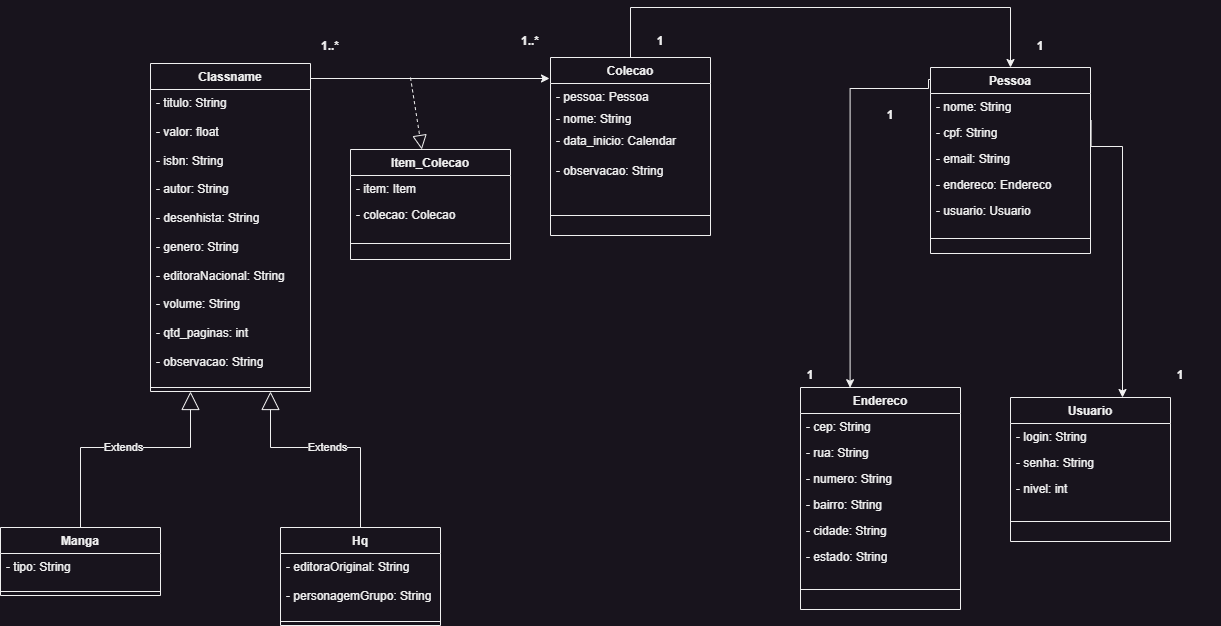
The draw.io diagram Docs/Diagrama de classe.drawio.png in DougFO/CatalogandoColecoes, before a commit. Source tidied: cells renumbered, new cells last; positions are measured from the earlier drawing's top-left corner, leaving out a move shared by most shapes. Its diagram source:
```xml
<mxGraphModel>
  <root>
    <mxCell id="0" />
    <mxCell id="1" parent="0" />
    <mxCell id="2" style="edgeStyle=orthogonalEdgeStyle;rounded=0;orthogonalLoop=1;jettySize=auto;html=1;" parent="1" edge="1">
      <mxGeometry relative="1" as="geometry">
        <mxPoint x="310" y="71" as="sourcePoint" />
        <mxPoint x="549" y="71" as="targetPoint" />
        <Array as="points">
          <mxPoint x="549" y="71" />
          <mxPoint x="549" y="71" />
        </Array>
      </mxGeometry>
    </mxCell>
    <mxCell id="3" value="Pessoa" style="swimlane;fontStyle=1;align=center;verticalAlign=top;horizontal=1;startSize=26;" parent="1" vertex="1">
      <mxGeometry x="930" y="60" width="160" height="186" as="geometry" />
    </mxCell>
    <mxCell id="4" value="- nome: String" style="text;strokeColor=none;fillColor=none;align=left;verticalAlign=top;spacingLeft=4;spacingRight=4;overflow=hidden;" parent="3" vertex="1">
      <mxGeometry y="26" width="160" height="26" as="geometry" />
    </mxCell>
    <mxCell id="5" value="- cpf: String" style="text;strokeColor=none;fillColor=none;align=left;verticalAlign=top;spacingLeft=4;spacingRight=4;overflow=hidden;points=[[0,0.5],[1,0.5]];portConstraint=eastwest;" parent="3" vertex="1">
      <mxGeometry y="52" width="160" height="26" as="geometry" />
    </mxCell>
    <mxCell id="6" value="- email: String" style="text;strokeColor=none;fillColor=none;align=left;verticalAlign=top;spacingLeft=4;spacingRight=4;overflow=hidden;" parent="3" vertex="1">
      <mxGeometry y="78" width="160" height="26" as="geometry" />
    </mxCell>
    <mxCell id="7" value="- endereco: Endereco" style="text;strokeColor=none;fillColor=none;align=left;verticalAlign=top;spacingLeft=4;spacingRight=4;overflow=hidden;" parent="3" vertex="1">
      <mxGeometry y="104" width="160" height="26" as="geometry" />
    </mxCell>
    <mxCell id="8" value="- usuario: Usuario" style="text;strokeColor=none;fillColor=none;align=left;verticalAlign=top;spacingLeft=4;spacingRight=4;overflow=hidden;" parent="3" vertex="1">
      <mxGeometry y="130" width="160" height="26" as="geometry" />
    </mxCell>
    <mxCell id="9" style="line;strokeWidth=1;fillColor=none;align=left;verticalAlign=middle;spacingTop=-1;spacingLeft=3;spacingRight=3;labelPosition=right;" parent="3" vertex="1">
      <mxGeometry y="156" width="160" height="30" as="geometry" />
    </mxCell>
    <mxCell id="10" value="Usuario" style="swimlane;fontStyle=1;align=center;verticalAlign=top;horizontal=1;startSize=26;" parent="1" vertex="1">
      <mxGeometry x="1010" y="390" width="160" height="144" as="geometry" />
    </mxCell>
    <mxCell id="11" value="- login: String" style="text;strokeColor=none;fillColor=none;align=left;verticalAlign=top;spacingLeft=4;spacingRight=4;overflow=hidden;" parent="10" vertex="1">
      <mxGeometry y="26" width="160" height="26" as="geometry" />
    </mxCell>
    <mxCell id="12" value="- senha: String" style="text;strokeColor=none;fillColor=none;align=left;verticalAlign=top;spacingLeft=4;spacingRight=4;overflow=hidden;" parent="10" vertex="1">
      <mxGeometry y="52" width="160" height="26" as="geometry" />
    </mxCell>
    <mxCell id="13" value="- nivel: int" style="text;strokeColor=none;fillColor=none;align=left;verticalAlign=top;spacingLeft=4;spacingRight=4;overflow=hidden;" parent="10" vertex="1">
      <mxGeometry y="78" width="160" height="26" as="geometry" />
    </mxCell>
    <mxCell id="14" style="line;strokeWidth=1;fillColor=none;align=left;verticalAlign=middle;spacingTop=-1;spacingLeft=3;spacingRight=3;labelPosition=right;" parent="10" vertex="1">
      <mxGeometry y="104" width="160" height="40" as="geometry" />
    </mxCell>
    <mxCell id="15" value="Endereco" style="swimlane;fontStyle=1;align=center;verticalAlign=top;horizontal=1;startSize=26;" parent="1" vertex="1">
      <mxGeometry x="800" y="380" width="160" height="222" as="geometry" />
    </mxCell>
    <mxCell id="16" value="- cep: String" style="text;strokeColor=none;fillColor=none;align=left;verticalAlign=top;spacingLeft=4;spacingRight=4;overflow=hidden;" parent="15" vertex="1">
      <mxGeometry y="26" width="160" height="26" as="geometry" />
    </mxCell>
    <mxCell id="17" value="- rua: String" style="text;strokeColor=none;fillColor=none;align=left;verticalAlign=top;spacingLeft=4;spacingRight=4;overflow=hidden;" parent="15" vertex="1">
      <mxGeometry y="52" width="160" height="26" as="geometry" />
    </mxCell>
    <mxCell id="18" value="- numero: String" style="text;strokeColor=none;fillColor=none;align=left;verticalAlign=top;spacingLeft=4;spacingRight=4;overflow=hidden;" parent="15" vertex="1">
      <mxGeometry y="78" width="160" height="26" as="geometry" />
    </mxCell>
    <mxCell id="19" value="- bairro: String" style="text;strokeColor=none;fillColor=none;align=left;verticalAlign=top;spacingLeft=4;spacingRight=4;overflow=hidden;" parent="15" vertex="1">
      <mxGeometry y="104" width="160" height="26" as="geometry" />
    </mxCell>
    <mxCell id="20" value="- cidade: String" style="text;strokeColor=none;fillColor=none;align=left;verticalAlign=top;spacingLeft=4;spacingRight=4;overflow=hidden;" parent="15" vertex="1">
      <mxGeometry y="130" width="160" height="26" as="geometry" />
    </mxCell>
    <mxCell id="21" value="- estado: String" style="text;strokeColor=none;fillColor=none;align=left;verticalAlign=top;spacingLeft=4;spacingRight=4;overflow=hidden;" parent="15" vertex="1">
      <mxGeometry y="156" width="160" height="26" as="geometry" />
    </mxCell>
    <mxCell id="22" style="line;strokeWidth=1;fillColor=none;align=left;verticalAlign=middle;spacingTop=-1;spacingLeft=3;spacingRight=3;labelPosition=right;" parent="15" vertex="1">
      <mxGeometry y="182" width="160" height="40" as="geometry" />
    </mxCell>
    <mxCell id="23" style="edgeStyle=orthogonalEdgeStyle;rounded=0;jettySize=auto;html=1;entryX=0.31;entryY=0.001;entryDx=0;entryDy=0;entryPerimeter=0;" parent="1" edge="1" target="15">
      <mxGeometry relative="1" as="geometry">
        <mxPoint x="930" y="72" as="sourcePoint" />
        <Array as="points">
          <mxPoint x="928" y="81" />
          <mxPoint x="850" y="81" />
        </Array>
      </mxGeometry>
    </mxCell>
    <mxCell id="24" style="line;strokeWidth=1;fillColor=none;align=left;verticalAlign=middle;spacingTop=-1;spacingLeft=3;spacingRight=3;labelPosition=right;" parent="1" vertex="1">
      <mxGeometry x="850" y="300" height="8" as="geometry" />
    </mxCell>
    <mxCell id="25" style="edgeStyle=orthogonalEdgeStyle;rounded=0;jettySize=auto;html=1;entryX=0.7;entryY=0;entryDx=0;entryDy=0;entryPerimeter=0;exitX=1.004;exitY=0.025;exitDx=0;exitDy=0;exitPerimeter=0;" parent="1" edge="1" source="5" target="10">
      <mxGeometry relative="1" as="geometry">
        <Array as="points">
          <mxPoint x="1122" y="139" />
        </Array>
      </mxGeometry>
    </mxCell>
    <mxCell id="26" style="edgeStyle=orthogonalEdgeStyle;rounded=0;jettySize=auto;html=1;entryX=0.5;entryY=0;entryDx=0;entryDy=0;" parent="1" edge="1" source="27" target="3">
      <mxGeometry relative="1" as="geometry">
        <Array as="points">
          <mxPoint x="630" />
          <mxPoint x="1010" />
        </Array>
      </mxGeometry>
    </mxCell>
    <mxCell id="27" value="Colecao" style="swimlane;fontStyle=1;align=center;verticalAlign=top;horizontal=1;startSize=26;" parent="1" vertex="1">
      <mxGeometry x="550" y="50" width="160" height="178" as="geometry" />
    </mxCell>
    <mxCell id="28" value="- pessoa: Pessoa" style="text;strokeColor=none;fillColor=none;align=left;verticalAlign=top;spacingLeft=4;spacingRight=4;overflow=hidden;" parent="27" vertex="1">
      <mxGeometry y="26" width="160" height="22" as="geometry" />
    </mxCell>
    <mxCell id="29" value="- nome: String" style="text;align=left;verticalAlign=top;spacingLeft=4;spacingRight=4;overflow=hidden;" parent="27" vertex="1">
      <mxGeometry y="48" width="160" height="22" as="geometry" />
    </mxCell>
    <mxCell id="30" value="- data_inicio: Calendar" style="text;strokeColor=none;fillColor=none;align=left;verticalAlign=top;spacingLeft=4;spacingRight=4;overflow=hidden;" parent="27" vertex="1">
      <mxGeometry y="70" width="160" height="30" as="geometry" />
    </mxCell>
    <mxCell id="31" value="- observacao: String&#10;&#10;" style="text;strokeColor=none;fillColor=none;align=left;verticalAlign=top;spacingLeft=4;spacingRight=4;overflow=hidden;" parent="27" vertex="1">
      <mxGeometry y="100" width="160" height="38" as="geometry" />
    </mxCell>
    <mxCell id="32" style="line;strokeWidth=1;align=left;verticalAlign=middle;spacingTop=-1;spacingLeft=3;spacingRight=3;labelPosition=right;fillColor=default;" parent="27" vertex="1">
      <mxGeometry y="138" width="160" height="40" as="geometry" />
    </mxCell>
    <mxCell id="33" style="endArrow=block;dashed=1;endFill=0;endSize=12;html=1;" parent="1" edge="1" target="34">
      <mxGeometry relative="1" as="geometry">
        <mxPoint x="410" y="70" as="sourcePoint" />
      </mxGeometry>
    </mxCell>
    <mxCell id="34" value="Item_Colecao" style="swimlane;fontStyle=1;align=center;verticalAlign=top;horizontal=1;startSize=26;" parent="1" vertex="1">
      <mxGeometry x="350" y="142" width="160" height="110" as="geometry" />
    </mxCell>
    <mxCell id="35" value="- item: Item" style="text;strokeColor=none;fillColor=none;align=left;verticalAlign=top;spacingLeft=4;spacingRight=4;overflow=hidden;" parent="34" vertex="1">
      <mxGeometry y="26" width="160" height="26" as="geometry" />
    </mxCell>
    <mxCell id="36" value="- colecao: Colecao" style="text;strokeColor=none;fillColor=none;align=left;verticalAlign=top;spacingLeft=4;spacingRight=4;overflow=hidden;" parent="34" vertex="1">
      <mxGeometry y="52" width="160" height="26" as="geometry" />
    </mxCell>
    <mxCell id="37" style="line;strokeWidth=1;fillColor=none;align=left;verticalAlign=middle;spacingTop=-1;spacingLeft=3;spacingRight=3;labelPosition=right;" parent="34" vertex="1">
      <mxGeometry y="78" width="160" height="32" as="geometry" />
    </mxCell>
    <mxCell id="38" value="1..*" style="text;align=center;fontStyle=1;verticalAlign=middle;spacingLeft=3;spacingRight=3;strokeColor=none;" parent="1" vertex="1">
      <mxGeometry x="490" y="20" width="80" height="26" as="geometry" />
    </mxCell>
    <mxCell id="39" value="1..*" style="text;align=center;fontStyle=1;verticalAlign=middle;spacingLeft=3;spacingRight=3;strokeColor=none;" parent="1" vertex="1">
      <mxGeometry x="290" y="25" width="80" height="26" as="geometry" />
    </mxCell>
    <mxCell id="40" value="1" style="text;align=center;fontStyle=1;verticalAlign=middle;spacingLeft=3;spacingRight=3;strokeColor=none;" parent="1" vertex="1">
      <mxGeometry x="1140" y="354" width="80" height="26" as="geometry" />
    </mxCell>
    <mxCell id="41" value="1" style="text;align=center;fontStyle=1;verticalAlign=middle;spacingLeft=3;spacingRight=3;strokeColor=none;" parent="1" vertex="1">
      <mxGeometry x="770" y="354" width="80" height="26" as="geometry" />
    </mxCell>
    <mxCell id="42" value="1" style="text;align=center;fontStyle=1;verticalAlign=middle;spacingLeft=3;spacingRight=3;strokeColor=none;" parent="1" vertex="1">
      <mxGeometry x="850" y="94" width="80" height="26" as="geometry" />
    </mxCell>
    <mxCell id="43" value="1" style="text;align=center;fontStyle=1;verticalAlign=middle;spacingLeft=3;spacingRight=3;strokeColor=none;" parent="1" vertex="1">
      <mxGeometry x="1000" y="25" width="80" height="26" as="geometry" />
    </mxCell>
    <mxCell id="44" value="1" style="text;align=center;fontStyle=1;verticalAlign=middle;spacingLeft=3;spacingRight=3;strokeColor=none;" parent="1" vertex="1">
      <mxGeometry x="620" y="20" width="80" height="26" as="geometry" />
    </mxCell>
    <mxCell id="45" value="Classname" style="swimlane;fontStyle=1;align=center;verticalAlign=top;horizontal=1;startSize=26;whiteSpace=wrap;html=1;" parent="1" vertex="1">
      <mxGeometry x="150" y="56" width="160" height="328" as="geometry" />
    </mxCell>
    <mxCell id="46" value="- titulo: String&lt;br&gt;&lt;br&gt;- valor: float&lt;br&gt;&lt;br&gt;- isbn: String&lt;br&gt;&lt;br&gt;- autor: String&lt;br&gt;&lt;br&gt;- desenhista: String&lt;br&gt;&lt;br&gt;- genero: String&lt;br&gt;&lt;br&gt;- editoraNacional: String&lt;br&gt;&lt;br&gt;- volume: String&lt;br&gt;&lt;br&gt;- qtd_paginas: int&lt;br&gt;&lt;br&gt;- observacao: String" style="text;strokeColor=none;fillColor=none;align=left;verticalAlign=top;spacingLeft=4;spacingRight=4;overflow=hidden;whiteSpace=wrap;html=1;" parent="45" vertex="1">
      <mxGeometry y="26" width="160" height="294" as="geometry" />
    </mxCell>
    <mxCell id="47" style="line;strokeWidth=1;fillColor=none;align=left;verticalAlign=middle;spacingTop=-1;spacingLeft=3;spacingRight=3;labelPosition=right;strokeColor=inherit;" parent="45" vertex="1">
      <mxGeometry y="320" width="160" height="8" as="geometry" />
    </mxCell>
    <mxCell id="48" value="Manga" style="swimlane;fontStyle=1;align=center;verticalAlign=top;horizontal=1;startSize=26;whiteSpace=wrap;html=1;" parent="1" vertex="1">
      <mxGeometry y="520" width="160" height="68" as="geometry" />
    </mxCell>
    <mxCell id="49" value="- tipo: String" style="text;strokeColor=none;fillColor=none;align=left;verticalAlign=top;spacingLeft=4;spacingRight=4;overflow=hidden;whiteSpace=wrap;html=1;" parent="48" vertex="1">
      <mxGeometry y="26" width="160" height="34" as="geometry" />
    </mxCell>
    <mxCell id="50" style="line;strokeWidth=1;fillColor=none;align=left;verticalAlign=middle;spacingTop=-1;spacingLeft=3;spacingRight=3;labelPosition=right;strokeColor=inherit;" parent="48" vertex="1">
      <mxGeometry y="60" width="160" height="8" as="geometry" />
    </mxCell>
    <mxCell id="51" value="Hq" style="swimlane;fontStyle=1;align=center;verticalAlign=top;horizontal=1;startSize=26;whiteSpace=wrap;html=1;" parent="1" vertex="1">
      <mxGeometry x="280" y="520" width="160" height="98" as="geometry" />
    </mxCell>
    <mxCell id="52" value="- editoraOriginal: String&lt;br&gt;&lt;br&gt;- personagemGrupo: String" style="text;strokeColor=none;fillColor=none;align=left;verticalAlign=top;spacingLeft=4;spacingRight=4;overflow=hidden;whiteSpace=wrap;html=1;" parent="51" vertex="1">
      <mxGeometry y="26" width="160" height="64" as="geometry" />
    </mxCell>
    <mxCell id="53" style="line;strokeWidth=1;fillColor=none;align=left;verticalAlign=middle;spacingTop=-1;spacingLeft=3;spacingRight=3;labelPosition=right;strokeColor=inherit;" parent="51" vertex="1">
      <mxGeometry y="90" width="160" height="8" as="geometry" />
    </mxCell>
    <mxCell id="54" value="Extends" style="endArrow=block;endSize=16;endFill=0;html=1;rounded=0;exitX=0.5;exitY=0;exitDx=0;exitDy=0;entryX=0.25;entryY=1;entryDx=0;entryDy=0;" parent="1" edge="1" source="48" target="45">
      <mxGeometry relative="1" as="geometry">
        <Array as="points">
          <mxPoint x="80" y="440" />
          <mxPoint x="190" y="440" />
        </Array>
      </mxGeometry>
    </mxCell>
    <mxCell id="55" value="Extends" style="endArrow=block;endSize=16;endFill=0;html=1;rounded=0;exitX=0.5;exitY=0;exitDx=0;exitDy=0;entryX=0.75;entryY=1;entryDx=0;entryDy=0;" parent="1" edge="1" source="51" target="45">
      <mxGeometry relative="1" as="geometry">
        <Array as="points">
          <mxPoint x="360" y="440" />
          <mxPoint x="270" y="440" />
        </Array>
      </mxGeometry>
    </mxCell>
  </root>
</mxGraphModel>
```
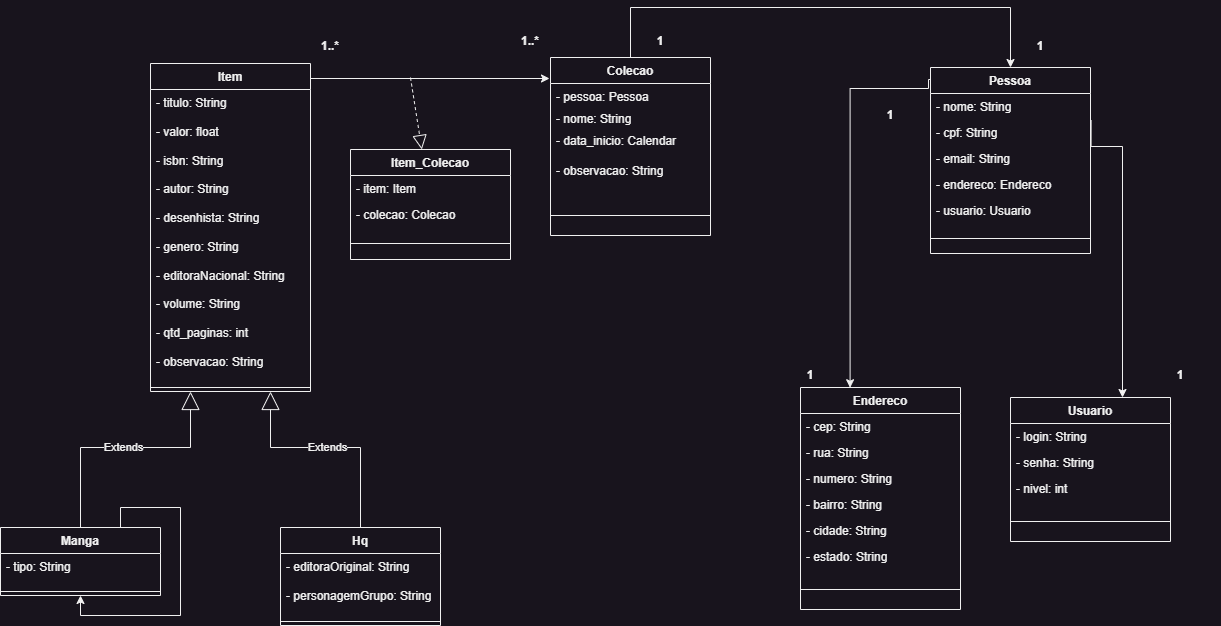
After the commit.

Commit message:
Corrigindo falha no diagrama de classe

Diff of the diagram source:
```diff
@@ -155,7 +155,7 @@
     <mxCell id="44" value="1" style="text;align=center;fontStyle=1;verticalAlign=middle;spacingLeft=3;spacingRight=3;strokeColor=none;" parent="1" vertex="1">
       <mxGeometry x="620" y="20" width="80" height="26" as="geometry" />
     </mxCell>
-    <mxCell id="45" value="Classname" style="swimlane;fontStyle=1;align=center;verticalAlign=top;horizontal=1;startSize=26;whiteSpace=wrap;html=1;" parent="1" vertex="1">
+    <mxCell id="45" value="Item" style="swimlane;fontStyle=1;align=center;verticalAlign=top;horizontal=1;startSize=26;whiteSpace=wrap;html=1;" parent="1" vertex="1">
       <mxGeometry x="150" y="56" width="160" height="328" as="geometry" />
     </mxCell>
     <mxCell id="46" value="- titulo: String&lt;br&gt;&lt;br&gt;- valor: float&lt;br&gt;&lt;br&gt;- isbn: String&lt;br&gt;&lt;br&gt;- autor: String&lt;br&gt;&lt;br&gt;- desenhista: String&lt;br&gt;&lt;br&gt;- genero: String&lt;br&gt;&lt;br&gt;- editoraNacional: String&lt;br&gt;&lt;br&gt;- volume: String&lt;br&gt;&lt;br&gt;- qtd_paginas: int&lt;br&gt;&lt;br&gt;- observacao: String" style="text;strokeColor=none;fillColor=none;align=left;verticalAlign=top;spacingLeft=4;spacingRight=4;overflow=hidden;whiteSpace=wrap;html=1;" parent="45" vertex="1">
@@ -198,5 +198,8 @@
         </Array>
       </mxGeometry>
     </mxCell>
+    <mxCell id="56" style="edgeStyle=orthogonalEdgeStyle;rounded=0;orthogonalLoop=1;jettySize=auto;html=1;exitX=0.75;exitY=0;exitDx=0;exitDy=0;" parent="1" edge="1" source="48" target="48">
+      <mxGeometry relative="1" as="geometry" />
+    </mxCell>
   </root>
 </mxGraphModel>
```
